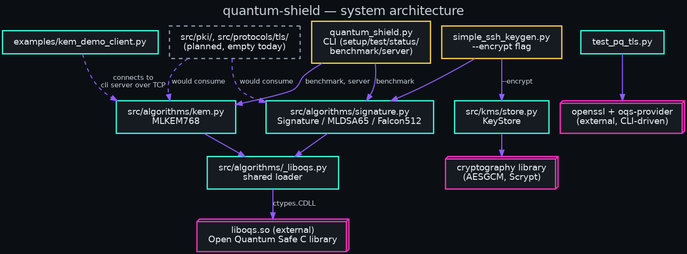
This is diagrams/01-system-architecture.png from danindiana/quantum-shield, a Graphviz export, as it was before one commit. Its source is kept beside it as diagrams/01-system-architecture.dot.
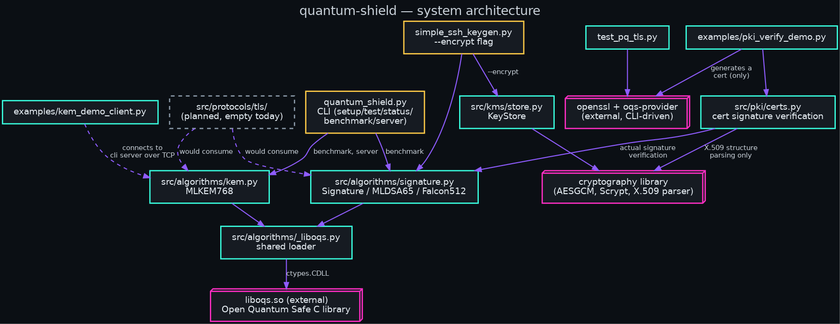
Later version of the same file.

Change to the diagram source:
```diff
@@ -19,8 +19,10 @@
   liboqs_helper [label="src/algorithms/_liboqs.py\nshared loader"];
   liboqs [label="liboqs.so (external)\nOpen Quantum Safe C library", color="#ff2ec4", shape=box3d];
   openssl [label="openssl + oqs-provider\n(external, CLI-driven)", color="#ff2ec4", shape=box3d];
-  crypto [label="cryptography library\n(AESGCM, Scrypt)", color="#ff2ec4", shape=box3d];
-  future [label="src/pki/, src/protocols/tls/\n(planned, empty today)", color="#8a99a8", style=dashed];
+  crypto [label="cryptography library\n(AESGCM, Scrypt, X.509 parser)", color="#ff2ec4", shape=box3d];
+  pki [label="src/pki/certs.py\ncert signature verification", color="#39ffe0"];
+  pkidemo [label="examples/pki_verify_demo.py"];
+  future [label="src/protocols/tls/\n(planned, empty today)", color="#8a99a8", style=dashed];
 
   cli -> kem [label="benchmark, server"];
   cli -> sig [label="benchmark"];
@@ -29,6 +31,10 @@
   sshkeygen -> kms [label="--encrypt"];
   kms -> crypto;
   tlstest -> openssl;
+  pkidemo -> openssl [label="generates a\ncert (only)"];
+  pkidemo -> pki;
+  pki -> crypto [label="X.509 structure\nparsing only"];
+  pki -> sig [label="actual signature\nverification"];
   kem -> liboqs_helper;
   sig -> liboqs_helper;
   liboqs_helper -> liboqs [label="ctypes.CDLL"];
```
